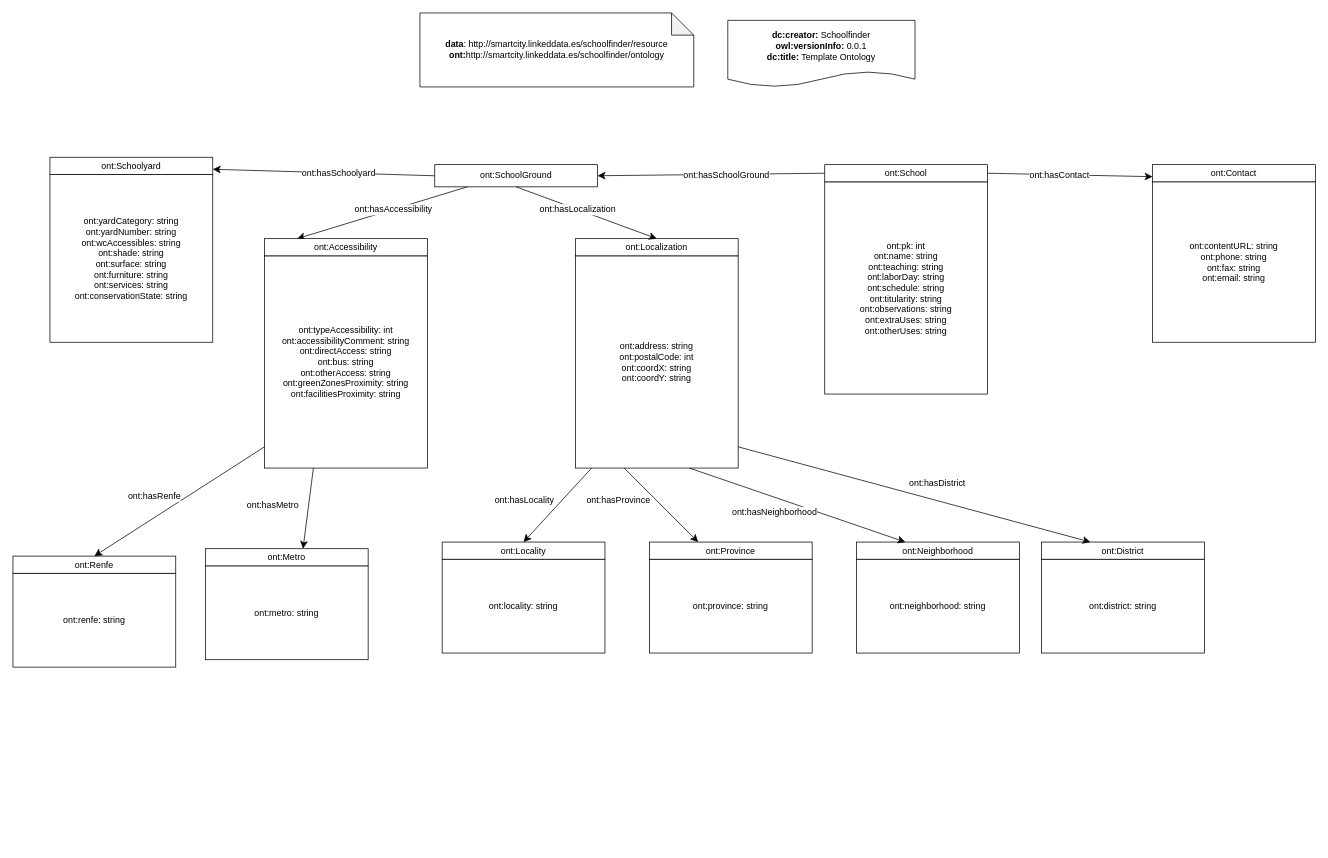
Earlier version of the draw.io diagram HandsOn/Group03/ontology/Ontology_SchoolfinderDrawio.drawio.xml (FacultadInformatica-LinkedData/Curso2022-2023-ODKG). Source tidied: cells renumbered, new cells numbered last; positions are measured from the earlier drawing's top-left corner, leaving out a move shared by most shapes. Both pictures are drawn from the tidied source at 74%, with x=0, y=0 at pixel (13, 13).
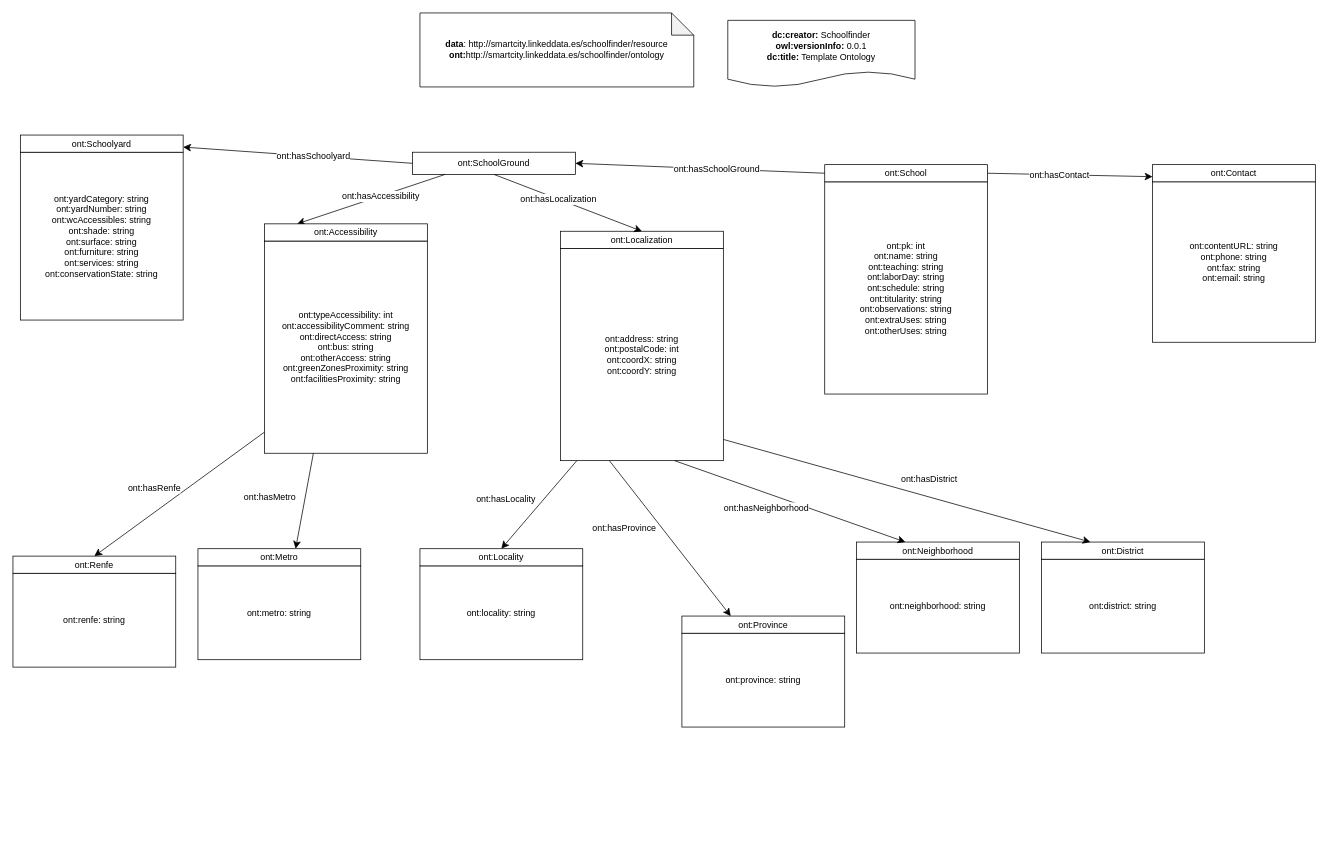
The same page after the edit.

Commit message:
Moving the entities of the diagram to see if the generation of the ontology is unbugged

Unchanged cells that the change refers to:
```xml
<mxCell id="12" style="group;" parent="1" vertex="1">
  <mxGeometry x="760" y="305" width="220" height="310" as="geometry" />
</mxCell>
```

What changed in the source:
```diff
@@
     <mxCell id="7" value="ont:SchoolGround" style="rounded=0;whiteSpace=wrap;html=1;snapToPoint=1;points=[[0.1,0],[0.2,0],[0.3,0],[0.4,0],[0.5,0],[0.6,0],[0.7,0],[0.8,0],[0.9,0],[0,0.1],[0,0.3],[0,0.5],[0,0.7],[0,0.9],[0.1,1],[0.2,1],[0.3,1],[0.4,1],[0.5,1],[0.6,1],[0.7,1],[0.8,1],[0.9,1],[1,0.1],[1,0.3],[1,0.5],[1,0.7],[1,0.9]];" parent="1" vertex="1">
-      <mxGeometry x="570" y="205" width="220" height="30" as="geometry" />
+      <mxGeometry x="540" y="188.2" width="220" height="30" as="geometry" />
     </mxCell>
@@
     <mxCell id="13" value="ont:address: string&lt;br&gt;ont:postalCode: int&lt;br&gt;ont:coordX: string&lt;br&gt;ont:coordY: string" style="rounded=0;whiteSpace=wrap;html=1;snapToPoint=1;points=[[0.1,0],[0.2,0],[0.3,0],[0.4,0],[0.5,0],[0.6,0],[0.7,0],[0.8,0],[0.9,0],[0,0.1],[0,0.3],[0,0.5],[0,0.7],[0,0.9],[0.1,1],[0.2,1],[0.3,1],[0.4,1],[0.5,1],[0.6,1],[0.7,1],[0.8,1],[0.9,1],[1,0.1],[1,0.3],[1,0.5],[1,0.7],[1,0.9]];" parent="12" vertex="1">
-      <mxGeometry y="23.3" width="220" height="286.7" as="geometry" />
+      <mxGeometry x="-20" y="13.3" width="220" height="286.7" as="geometry" />
     </mxCell>
     <mxCell id="14" value="ont:Localization" style="rounded=0;whiteSpace=wrap;html=1;snapToPoint=1;points=[[0.1,0],[0.2,0],[0.3,0],[0.4,0],[0.5,0],[0.6,0],[0.7,0],[0.8,0],[0.9,0],[0,0.1],[0,0.3],[0,0.5],[0,0.7],[0,0.9],[0.1,1],[0.2,1],[0.3,1],[0.4,1],[0.5,1],[0.6,1],[0.7,1],[0.8,1],[0.9,1],[1,0.1],[1,0.3],[1,0.5],[1,0.7],[1,0.9]];" parent="12" vertex="1">
-      <mxGeometry width="220" height="23.2" as="geometry" />
+      <mxGeometry x="-20" y="-10" width="220" height="23.2" as="geometry" />
     </mxCell>
     <mxCell id="15" style="group;" parent="1" vertex="1">
-      <mxGeometry x="340" y="305" width="220" height="310" as="geometry" />
+      <mxGeometry x="340" y="285" width="220" height="310" as="geometry" />
     </mxCell>
@@
-    <mxCell id="17" value="ont:Accessibility" style="rounded=0;whiteSpace=wrap;html=1;snapToPoint=1;points=[[0.1,0],[0.2,0],[0.3,0],[0.4,0],[0.5,0],[0.6,0],[0.7,0],[0.8,0],[0.9,0],[0,0.1],[0,0.3],[0,0.5],[0,0.7],[0,0.9],[0.1,1],[0.2,1],[0.3,1],[0.4,1],[0.5,1],[0.6,1],[0.7,1],[0.8,1],[0.9,1],[1,0.1],[1,0.3],[1,0.5],[1,0.7],[1,0.9]];" parent="15" vertex="1">
-      <mxGeometry width="220" height="23.2" as="geometry" />
-    </mxCell>
@@
     <mxCell id="20" style="group;" parent="1" vertex="1">
-      <mxGeometry x="50" y="195" width="220" height="310" as="geometry" />
+      <mxGeometry x="10" y="115" width="220" height="310" as="geometry" />
     </mxCell>
     <mxCell id="21" value="ont:yardCategory: string&lt;br&gt;ont:yardNumber: string&lt;br&gt;ont:wcAccessibles: string&lt;br&gt;ont:shade: string&lt;br&gt;ont:surface: string&lt;br&gt;ont:furniture: string&lt;br&gt;ont:services: string&lt;br&gt;ont:conservationState: string" style="rounded=0;whiteSpace=wrap;html=1;" parent="20" vertex="1">
-      <mxGeometry y="23.2" width="220" height="226.8" as="geometry" />
+      <mxGeometry y="73.2" width="220" height="226.8" as="geometry" />
     </mxCell>
     <mxCell id="22" value="ont:Schoolyard" style="rounded=0;whiteSpace=wrap;html=1;snapToPoint=1;points=[[0.1,0],[0.2,0],[0.3,0],[0.4,0],[0.5,0],[0.6,0],[0.7,0],[0.8,0],[0.9,0],[0,0.1],[0,0.3],[0,0.5],[0,0.7],[0,0.9],[0.1,1],[0.2,1],[0.3,1],[0.4,1],[0.5,1],[0.6,1],[0.7,1],[0.8,1],[0.9,1],[1,0.1],[1,0.3],[1,0.5],[1,0.7],[1,0.9]];" parent="20" vertex="1">
-      <mxGeometry width="220" height="23.2" as="geometry" />
+      <mxGeometry y="50" width="220" height="23.2" as="geometry" />
     </mxCell>
@@
     <mxCell id="29" style="group;" parent="1" vertex="1">
-      <mxGeometry x="580" y="715" width="220" height="310" as="geometry" />
+      <mxGeometry x="550" y="724" width="220" height="310" as="geometry" />
     </mxCell>
@@
     <mxCell id="32" style="group;" parent="1" vertex="1">
-      <mxGeometry x="860" y="715" width="220" height="310" as="geometry" />
+      <mxGeometry x="904" y="815" width="220" height="310" as="geometry" />
     </mxCell>
@@
     <mxCell id="49" style="group;" parent="1" vertex="1">
-      <mxGeometry x="260" y="724" width="220" height="310" as="geometry" />
+      <mxGeometry x="250" y="724" width="220" height="310" as="geometry" />
     </mxCell>
@@
+    <mxCell id="17" value="ont:Accessibility" style="rounded=0;whiteSpace=wrap;html=1;snapToPoint=1;points=[[0.1,0],[0.2,0],[0.3,0],[0.4,0],[0.5,0],[0.6,0],[0.7,0],[0.8,0],[0.9,0],[0,0.1],[0,0.3],[0,0.5],[0,0.7],[0,0.9],[0.1,1],[0.2,1],[0.3,1],[0.4,1],[0.5,1],[0.6,1],[0.7,1],[0.8,1],[0.9,1],[1,0.1],[1,0.3],[1,0.5],[1,0.7],[1,0.9]];" parent="1" vertex="1">
+      <mxGeometry x="340" y="285" width="220" height="23.2" as="geometry" />
+    </mxCell>
```
